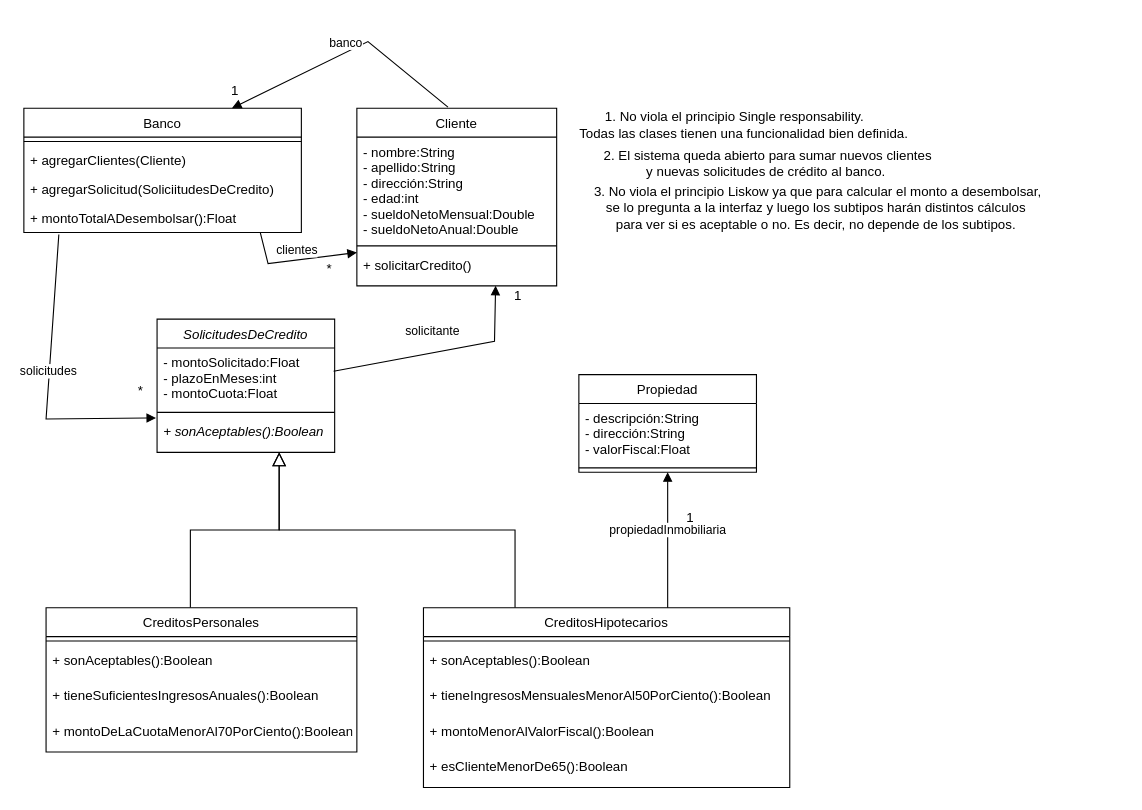
nhubczyk/Diagramas-UML keeps this draw.io diagram as unq-po2-tp6-bancoYPrestamos.drawio. Above is the earlier version. Source tidied: cells renumbered, new cells numbered last; positions are measured from the earlier drawing's top-left corner, leaving out a move shared by most shapes. Both pictures are drawn from the tidied source at 111%, with x=0, y=0 at pixel (23, 41).
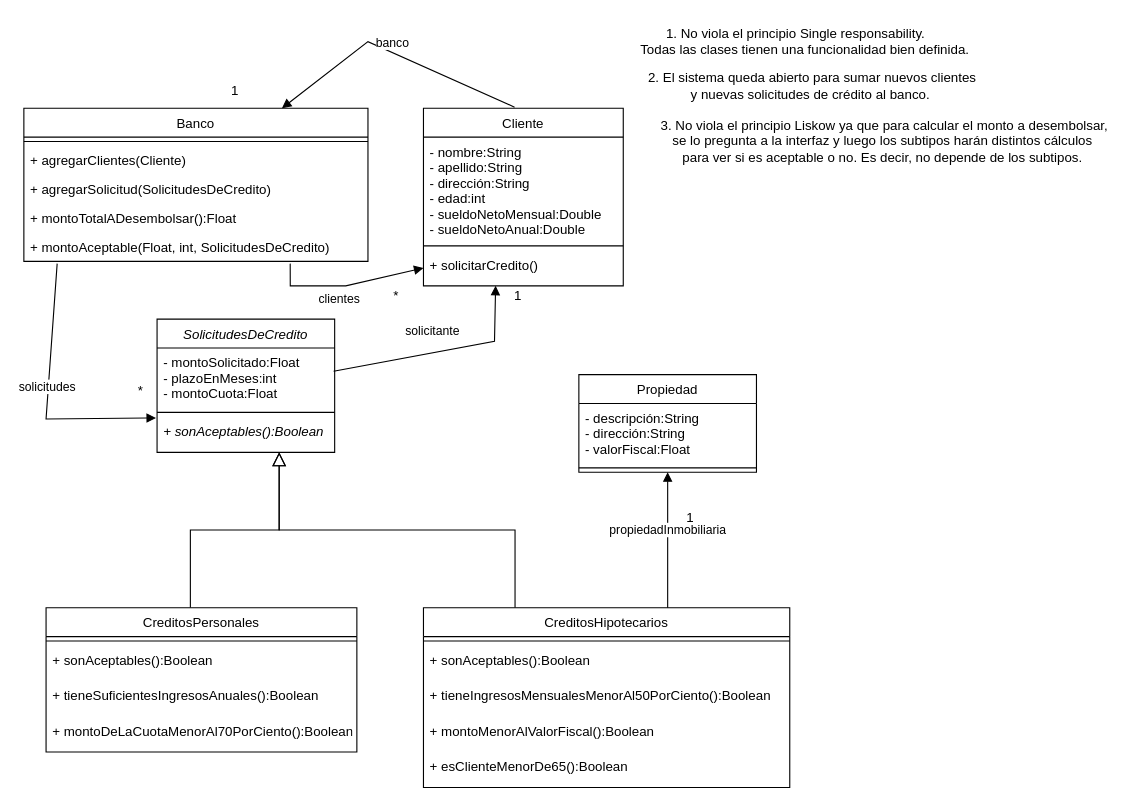
The same page after the edit.

Unchanged cells that the change refers to:
```xml
<mxCell id="12" value="+ solicitarCredito()" style="text;strokeColor=none;fillColor=none;align=left;verticalAlign=top;spacingLeft=4;spacingRight=4;overflow=hidden;points=[[0,0.5],[1,0.5]];portConstraint=eastwest;fontStyle=0;" parent="9" vertex="1">
  <mxGeometry y="128" width="180" height="32" as="geometry" />
</mxCell>
<mxCell id="18" value="+ sonAceptables():Boolean" style="text;strokeColor=none;fillColor=none;align=left;verticalAlign=top;spacingLeft=4;spacingRight=4;overflow=hidden;points=[[0,0.5],[1,0.5]];portConstraint=eastwest;fontStyle=2;" parent="15" vertex="1">
  <mxGeometry y="88" width="160" height="32" as="geometry" />
</mxCell>
```

The edit, as a diff of the source:
```diff
@@
     <mxCell id="2" value="Banco" style="swimlane;fontStyle=0;align=center;verticalAlign=top;horizontal=1;startSize=26;rounded=0;shadow=0;strokeWidth=1;" parent="1" vertex="1">
-      <mxGeometry y="60" width="250" height="112" as="geometry" />
+      <mxGeometry y="60" width="310" height="138" as="geometry" />
     </mxCell>
     <mxCell id="3" style="line;html=1;strokeWidth=1;align=left;verticalAlign=middle;spacingTop=-1;spacingLeft=3;spacingRight=3;labelPosition=right;" parent="2" vertex="1">
-      <mxGeometry y="26" width="250" height="8" as="geometry" />
+      <mxGeometry y="26" width="310" height="8" as="geometry" />
     </mxCell>
     <mxCell id="4" value="+ agregarClientes(Cliente)" style="text;align=left;verticalAlign=top;spacingLeft=4;spacingRight=4;overflow=hidden;" parent="2" vertex="1">
-      <mxGeometry y="34" width="250" height="26" as="geometry" />
+      <mxGeometry y="34" width="310" height="26" as="geometry" />
     </mxCell>
-    <mxCell id="5" value="+ agregarSolicitud(SoliciitudesDeCredito)" style="text;align=left;verticalAlign=top;spacingLeft=4;spacingRight=4;overflow=hidden;" parent="2" vertex="1">
-      <mxGeometry y="60" width="250" height="26" as="geometry" />
+    <mxCell id="5" value="+ agregarSolicitud(SolicitudesDeCredito)" style="text;align=left;verticalAlign=top;spacingLeft=4;spacingRight=4;overflow=hidden;" parent="2" vertex="1">
+      <mxGeometry y="60" width="310" height="26" as="geometry" />
     </mxCell>
     <mxCell id="6" value="+ montoTotalADesembolsar():Float" style="text;align=left;verticalAlign=top;spacingLeft=4;spacingRight=4;overflow=hidden;points=[[0,0.5],[1,0.5]];portConstraint=eastwest;" parent="2" vertex="1">
-      <mxGeometry y="86" width="250" height="26" as="geometry" />
+      <mxGeometry y="86" width="310" height="26" as="geometry" />
     </mxCell>
+    <mxCell id="44" value="+ montoAceptable(Float, int, SolicitudesDeCredito)" style="text;align=left;verticalAlign=top;spacingLeft=4;spacingRight=4;overflow=hidden;points=[[0,0.5],[1,0.5]];portConstraint=eastwest;" parent="2" vertex="1">
+      <mxGeometry y="112" width="310" height="26" as="geometry" />
+    </mxCell>
@@
     <mxCell id="9" value="Cliente" style="swimlane;fontStyle=0;align=center;verticalAlign=top;horizontal=1;startSize=26;rounded=0;shadow=0;strokeWidth=1;" parent="1" vertex="1">
-      <mxGeometry x="300" y="60" width="180" height="160" as="geometry" />
+      <mxGeometry x="360" y="60" width="180" height="160" as="geometry" />
     </mxCell>
@@
-    <mxCell id="13" value="clientes" style="html=1;verticalAlign=bottom;endArrow=block;rounded=0;exitX=0.852;exitY=1;exitDx=0;exitDy=0;exitPerimeter=0;" parent="1" edge="1" source="6">
-      <mxGeometry relative="1" as="geometry">
-        <mxPoint x="300" y="190" as="targetPoint" />
+    <mxCell id="13" value="clientes" style="html=1;verticalAlign=bottom;endArrow=block;rounded=0;entryX=0;entryY=0.5;entryDx=0;entryDy=0;exitX=0.774;exitY=1.077;exitDx=0;exitDy=0;exitPerimeter=0;" parent="1" edge="1" source="44" target="12">
+      <mxGeometry x="-0.1" y="-21" relative="1" as="geometry">
         <Array as="points">
-          <mxPoint x="220" y="200" />
+          <mxPoint x="240" y="220" />
+          <mxPoint x="290" y="220" />
         </Array>
       </mxGeometry>
     </mxCell>
     <mxCell id="14" value="*" style="text;html=1;align=center;verticalAlign=middle;strokeColor=none;fillColor=none;" parent="1" vertex="1">
-      <mxGeometry x="260" y="190" width="30" height="30" as="geometry" />
+      <mxGeometry x="320" y="214" width="30" height="30" as="geometry" />
     </mxCell>
@@
-    <mxCell id="37" value="solicitudes" style="html=1;verticalAlign=bottom;endArrow=block;rounded=0;exitX=0.126;exitY=1.066;exitDx=0;exitDy=0;exitPerimeter=0;entryX=-0.006;entryY=0.031;entryDx=0;entryDy=0;entryPerimeter=0;" parent="1" edge="1" source="6" target="18">
+    <mxCell id="37" value="solicitudes" style="html=1;verticalAlign=bottom;endArrow=block;rounded=0;entryX=-0.006;entryY=0.031;entryDx=0;entryDy=0;entryPerimeter=0;" parent="1" edge="1" target="18">
       <mxGeometry relative="1" as="geometry">
+        <mxPoint x="30" y="200" as="sourcePoint" />
         <Array as="points">
           <mxPoint x="20" y="340" />
         </Array>
       </mxGeometry>
     </mxCell>
@@
     <mxCell id="41" value="1. No viola el principio Single responsability.&lt;br&gt;&lt;span style=&quot;white-space: pre;&quot;&gt; &lt;/span&gt;&lt;span style=&quot;white-space: pre;&quot;&gt; &lt;/span&gt;&lt;span style=&quot;white-space: pre;&quot;&gt; &lt;/span&gt;&amp;nbsp; &amp;nbsp;Todas las clases tienen una funcionalidad bien definida.&amp;nbsp;" style="text;html=1;align=center;verticalAlign=middle;strokeColor=none;fillColor=none;" parent="1" vertex="1">
-      <mxGeometry x="435" y="55" width="410" height="40" as="geometry" />
+      <mxGeometry x="490" y="-20" width="410" height="40" as="geometry" />
     </mxCell>
     <mxCell id="42" value="2. El sistema queda abierto para sumar nuevos clientes &lt;br&gt;y nuevas solicitudes de crédito al banco.&amp;nbsp;" style="text;html=1;align=center;verticalAlign=middle;strokeColor=none;fillColor=none;" parent="1" vertex="1">
-      <mxGeometry x="510" y="90" width="320" height="40" as="geometry" />
+      <mxGeometry x="550" y="20" width="320" height="40" as="geometry" />
     </mxCell>
     <mxCell id="43" value="3. No viola el principio Liskow ya que para calcular el monto a desembolsar,&lt;br&gt;se lo pregunta a la interfaz y luego los subtipos harán distintos cálculos&amp;nbsp;&lt;br&gt;para ver si es aceptable o no. Es decir, no depende de los subtipos.&amp;nbsp;" style="text;html=1;align=center;verticalAlign=middle;strokeColor=none;fillColor=none;" parent="1" vertex="1">
-      <mxGeometry x="500" y="120" width="430" height="60" as="geometry" />
+      <mxGeometry x="560" y="60" width="430" height="60" as="geometry" />
     </mxCell>
```
